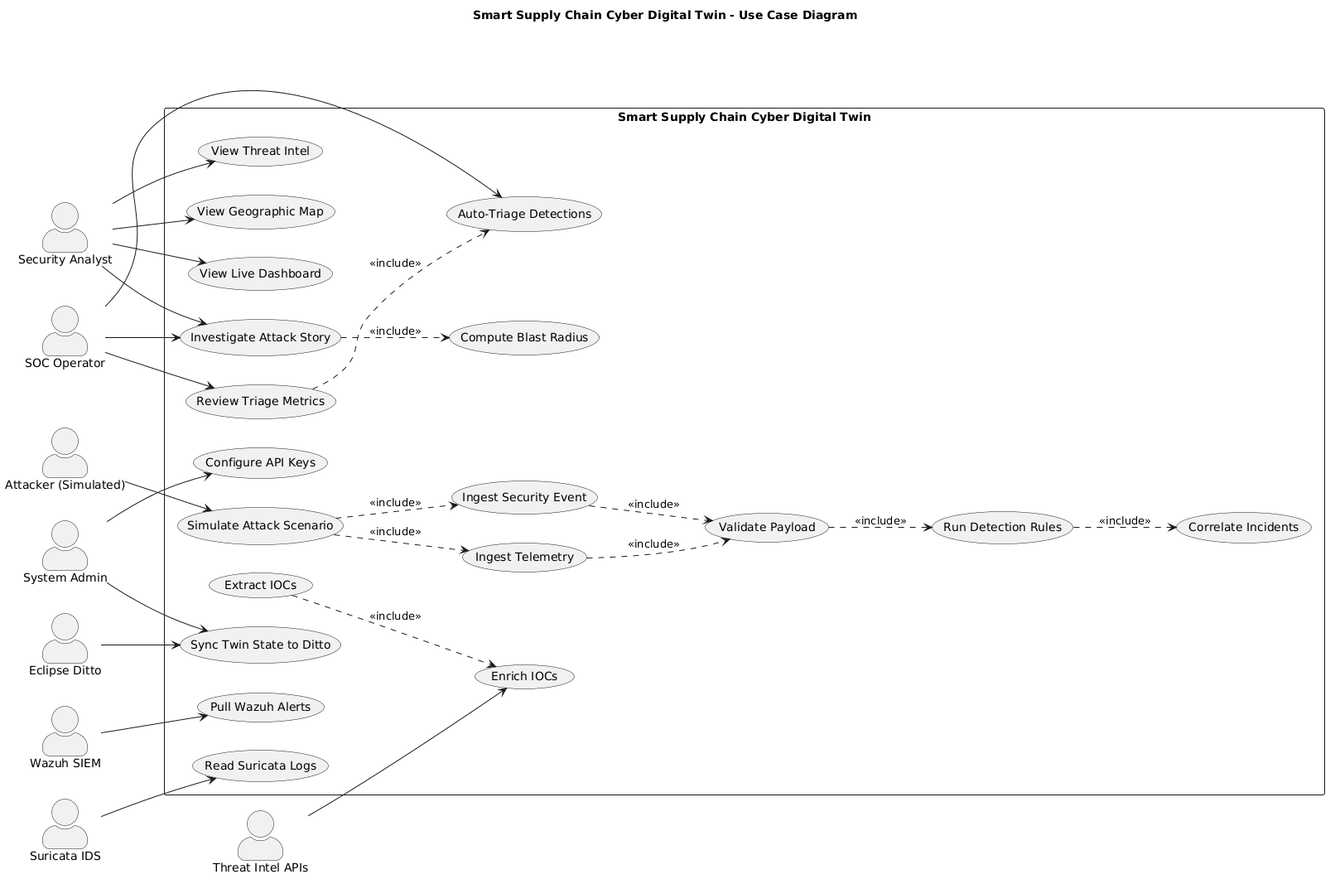
This is docs/diagrams/use_case_diagram.png from Sudharsan1122/smart-supply-chain-cyber-digital-twin, a PlantUML export, as it was before one commit.
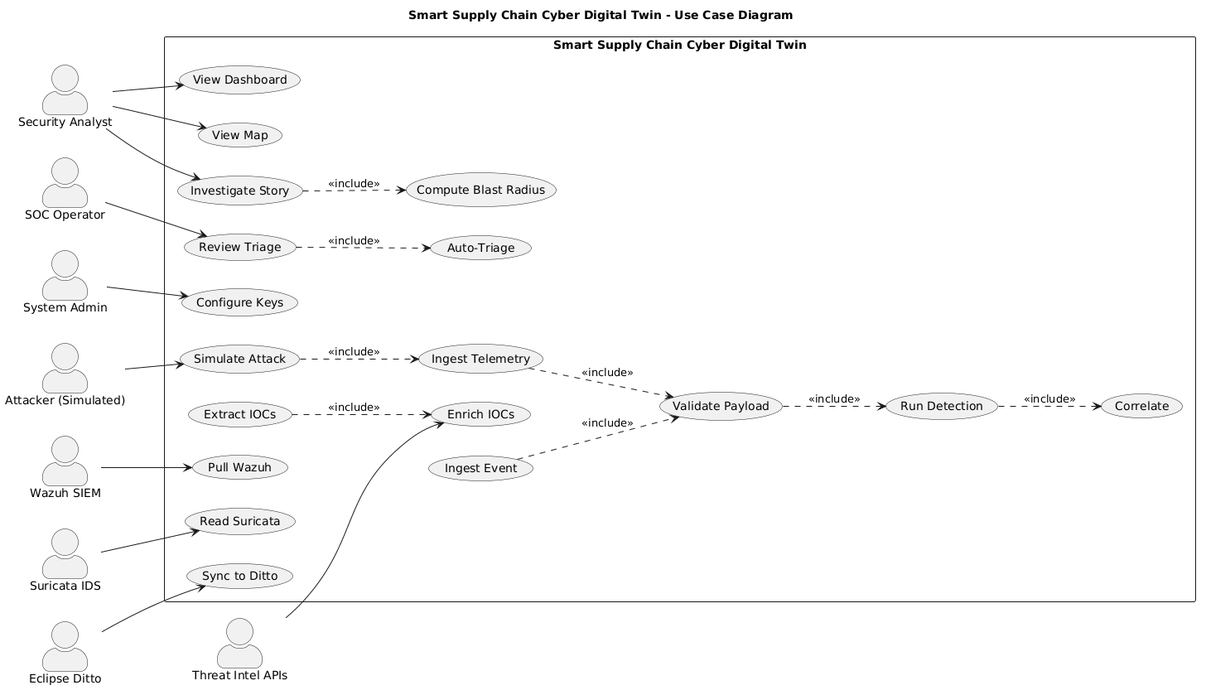
Later version of the same file.

Commit message:
Add Phase 1 Requirements Engineering document + diagrams

Change to the diagram source:
```diff
@@ -16,36 +16,30 @@
 
 rectangle "Smart Supply Chain Cyber Digital Twin" {
   usecase "Ingest Telemetry" as UC1
-  usecase "Ingest Security Event" as UC2
-  usecase "View Live Dashboard" as UC3
-  usecase "View Geographic Map" as UC4
-  usecase "Investigate Attack Story" as UC5
-  usecase "Review Triage Metrics" as UC6
-  usecase "Simulate Attack Scenario" as UC7
+  usecase "Ingest Event" as UC2
+  usecase "View Dashboard" as UC3
+  usecase "View Map" as UC4
+  usecase "Investigate Story" as UC5
+  usecase "Review Triage" as UC6
+  usecase "Simulate Attack" as UC7
   usecase "Extract IOCs" as UC8
   usecase "Enrich IOCs" as UC9
   usecase "Compute Blast Radius" as UC10
-  usecase "Auto-Triage Detections" as UC11
-  usecase "Sync Twin State to Ditto" as UC12
-  usecase "Pull Wazuh Alerts" as UC13
-  usecase "Read Suricata Logs" as UC14
-  usecase "Configure API Keys" as UC15
-  usecase "View Threat Intel" as UC16
-
+  usecase "Auto-Triage" as UC11
+  usecase "Sync to Ditto" as UC12
+  usecase "Pull Wazuh" as UC13
+  usecase "Read Suricata" as UC14
+  usecase "Configure Keys" as UC15
   usecase "Validate Payload" as VAL
-  usecase "Run Detection Rules" as DET
-  usecase "Correlate Incidents" as COR
+  usecase "Run Detection" as DET
+  usecase "Correlate" as COR
 }
 
 Analyst --> UC3
 Analyst --> UC4
 Analyst --> UC5
-Analyst --> UC16
 SOC --> UC6
-SOC --> UC5
-SOC --> UC11
 Admin --> UC15
-Admin --> UC12
 Attacker --> UC7
 Wazuh --> UC13
 Suricata --> UC14
@@ -57,7 +51,6 @@
 VAL ..> DET : <<include>>
 DET ..> COR : <<include>>
 UC7 ..> UC1 : <<include>>
-UC7 ..> UC2 : <<include>>
 UC5 ..> UC10 : <<include>>
 UC6 ..> UC11 : <<include>>
 UC8 ..> UC9 : <<include>>
```
